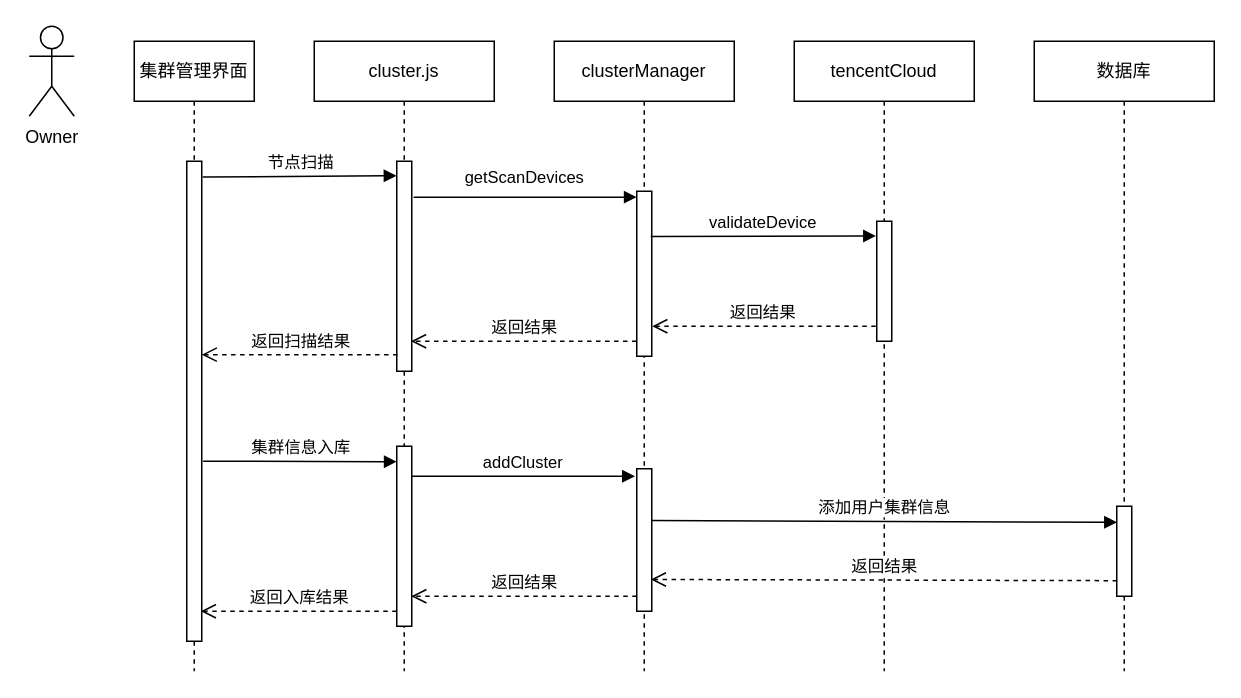
Above: 集群管理子模块时序图.drawio in 972424611/imageStore (draw.io), before the change. Source tidied: cells renumbered, new cells numbered last; positions are measured from the earlier drawing's top-left corner, leaving out a move shared by most shapes. Both pictures are drawn from the tidied source at 150%, with x=0, y=0 at pixel (28, 26).
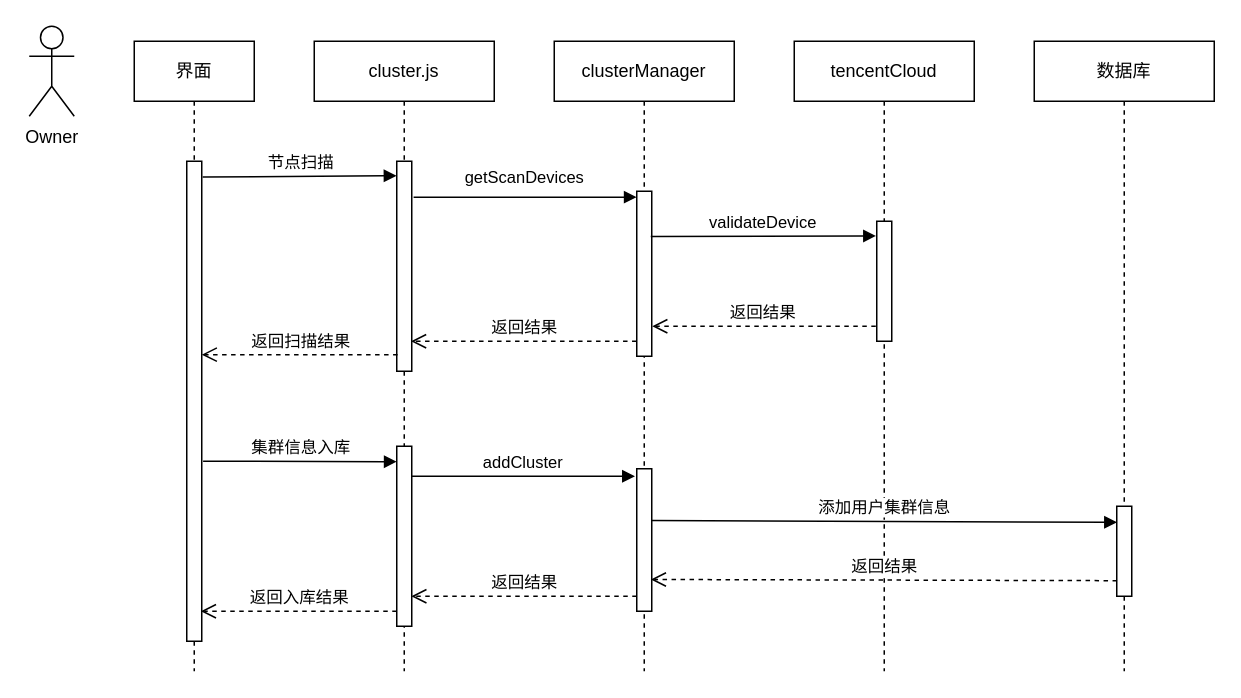
The same diagram, later.

Commit message (it also covers changes not shown here):
Update 集群管理子模块时序图.drawio

The edit, as a diff of the source:
```diff
@@
-    <mxCell id="6" value="集群管理界面" style="shape=umlLifeline;perimeter=lifelinePerimeter;whiteSpace=wrap;html=1;" parent="1" vertex="1">
+    <mxCell id="6" value="界面" style="shape=umlLifeline;perimeter=lifelinePerimeter;whiteSpace=wrap;html=1;" parent="1" vertex="1">
       <mxGeometry x="70" y="10" width="80" height="420" as="geometry" />
     </mxCell>
```
